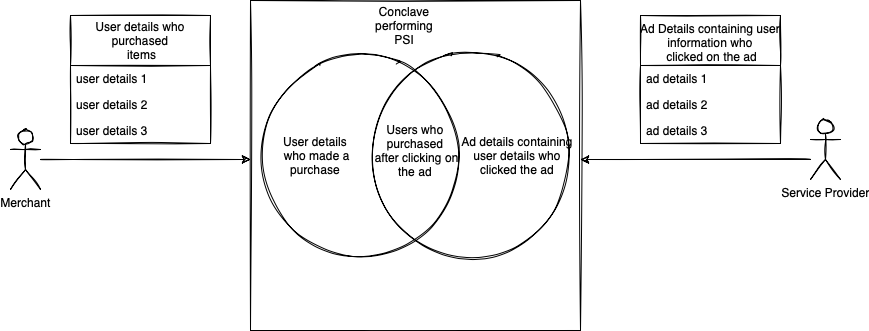
Earlier version of the draw.io export psi-sample/psi.png (R3Conclave/conclave-samples). Source tidied: cells renumbered, new cells last; positions are measured from the earlier drawing's top-left corner, leaving out a move shared by most shapes.
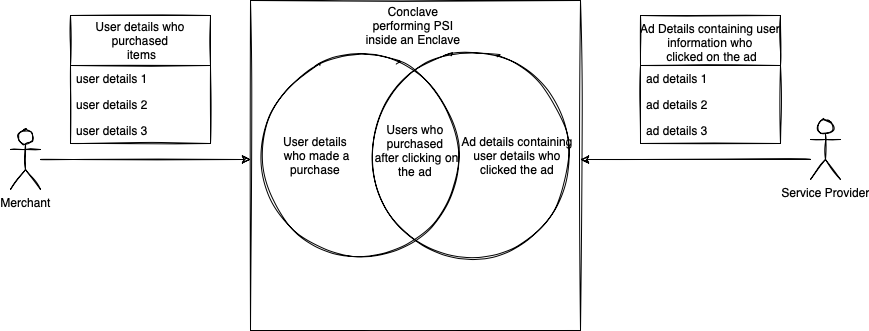
The same diagram one commit later.

Change to the diagram source:
```diff
@@ -62,8 +62,8 @@
     <mxCell id="19" style="whiteSpace=wrap;html=1;fontSize=12;startSize=50;fillColor=none;verticalAlign=top;sketch=1;" parent="1" vertex="1">
       <mxGeometry x="240" width="330" height="330" as="geometry" />
     </mxCell>
-    <mxCell id="20" value="Conclave performing PSI" style="text;html=1;strokeColor=none;fillColor=none;align=center;verticalAlign=middle;whiteSpace=wrap;fontSize=12;startSize=50;sketch=1;" parent="1" vertex="1">
-      <mxGeometry x="374" y="15" width="40" height="20" as="geometry" />
+    <mxCell id="20" value="Conclave performing PSI inside an Enclave" style="text;html=1;strokeColor=none;fillColor=none;align=center;verticalAlign=middle;whiteSpace=wrap;fontSize=12;startSize=50;sketch=1;" parent="1" vertex="1">
+      <mxGeometry x="350" y="15" width="106" height="20" as="geometry" />
     </mxCell>
   </root>
 </mxGraphModel>
```
